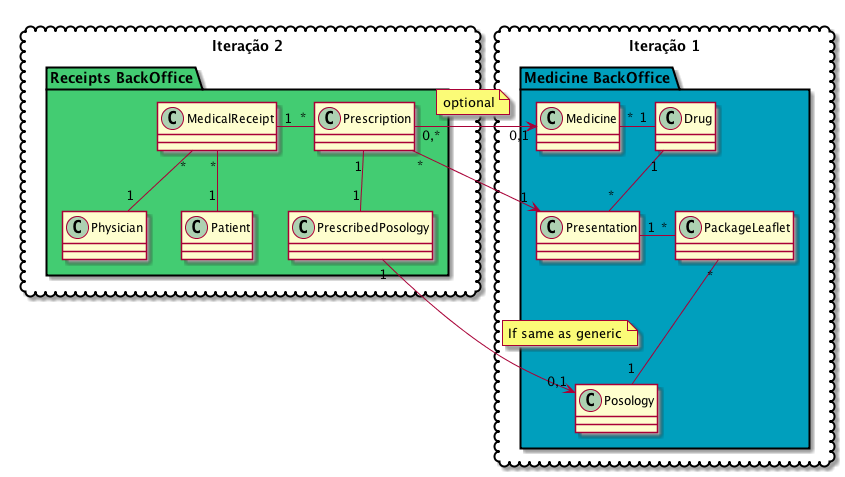
Before: documentation/out/it2_domain_model/dm_it2_global.png, a diagram exported from PlantUML (danieljfgoncalves/arqsi2017-3da-1151159-1151452).
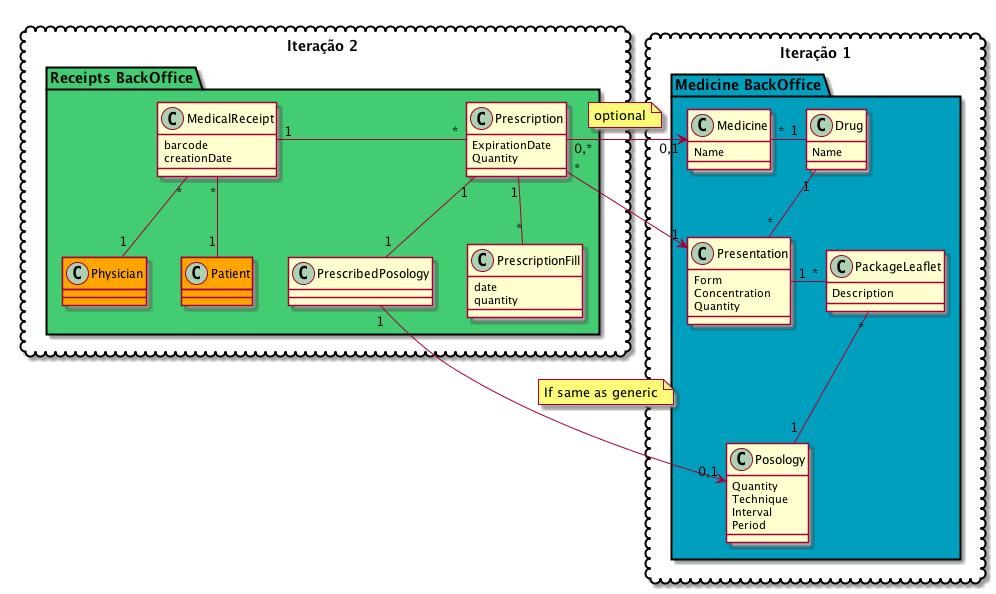
After the change.

Commit message:
update domain model

Diff of the diagram source:
```diff
@@ -3,22 +3,47 @@
 package "Iteração 1" <<cloud>> {
     package "Medicine BackOffice" #009FBD {
 
-        class Medicine
-        class Drug
-        class Presentation
-        class Posology
-        class PackageLeaflet
+        class Medicine {
+            Name
+        }
+        class Drug {
+            Name
+        }
+        class Presentation {
+            Form
+            Concentration
+            Quantity
+        }
+        class Posology {
+            Quantity
+            Technique
+            Interval
+            Period
+        }
+        class PackageLeaflet {
+            Description
+        }
     }
 }
 
 package "Iteração 2" <<cloud>> {
     package "Receipts BackOffice" #43CC72 {
 
-        class Physician
-        class Patient
-        class Prescription
-        class MedicalReceipt
+        class Physician #orange
+        class Patient #orange
+        class Prescription {
+            ExpirationDate
+            Quantity
+        }
+        class MedicalReceipt {
+            barcode
+            creationDate
+        }
         class PrescribedPosology
+        class PrescriptionFill {
+            date
+            quantity
+        }
     }
 }
 
@@ -32,6 +57,7 @@
 Prescription "0,*" -> "0,1" Medicine
 note on link: optional
 
+Prescription "1" -- "*" PrescriptionFill
 Prescription "1" -- "1" PrescribedPosology
 Presentation "1" - "*" PackageLeaflet
 PackageLeaflet "*" -- "1" Posology
```
